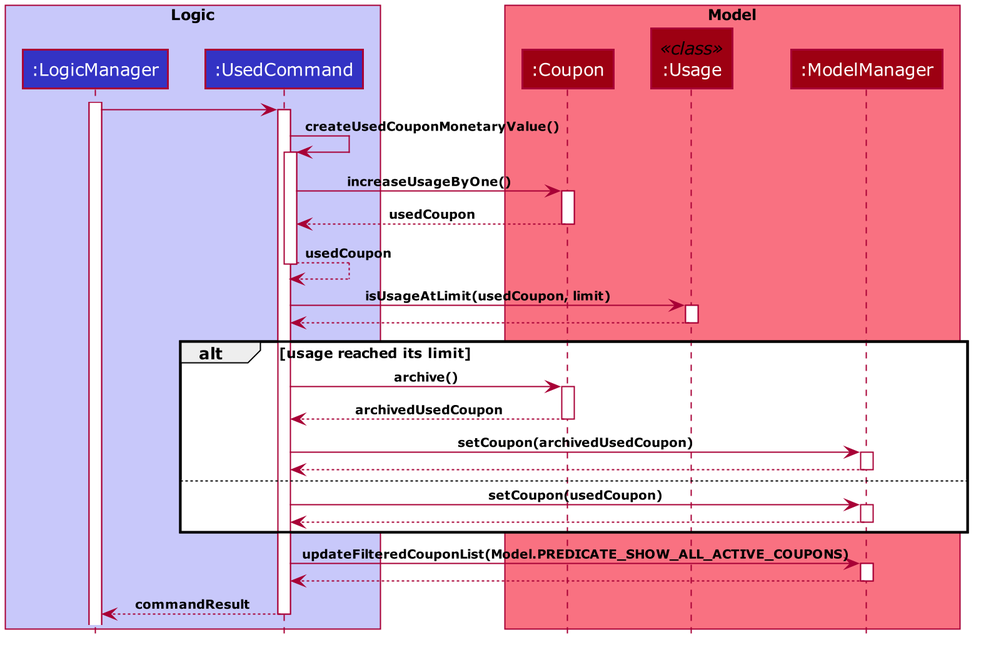
Before: images/ArchiveExhaustedSequenceDiagram.png, a diagram exported from PlantUML (AY1920S2-CS2103T-F09-1/main).
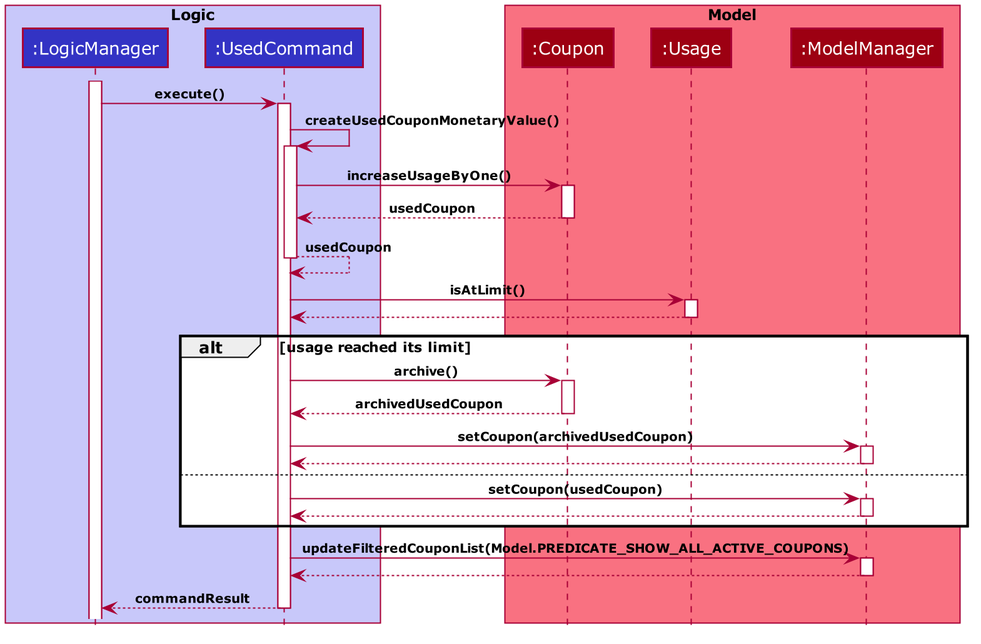
The same diagram one commit later.

Diff of the diagram source:
```diff
@@ -62,7 +62,6 @@
 hide members
 hide circle
 
-
 box "<color:black>Logic</color>" #C8C8FA
 participant ":LogicManager" as LogicManager #3333C4
 participant ":UsedCommand" as UsedCommand #3333C4
@@ -70,13 +69,13 @@
 
 box "<color:black>Model</color>" #F97181
 participant ":Coupon" as Coupon #9D0012
-participant ":Usage" as Usage<<class>> #9D0012
+participant ":Usage" as Usage #9D0012
 participant ":ModelManager" as ModelManager #9D0012
 end box
 
 activate LogicManager
 
-LogicManager -> UsedCommand
+LogicManager -> UsedCommand : execute()
 activate UsedCommand
 
 UsedCommand -> UsedCommand : createUsedCouponMonetaryValue()
@@ -90,7 +89,7 @@
 UsedCommand --> UsedCommand : usedCoupon
 deactivate UsedCommand
 
-UsedCommand -> Usage : isUsageAtLimit(usedCoupon, limit)
+UsedCommand -> Usage : isAtLimit()
 activate Usage
 Usage --> UsedCommand
 deactivate Usage
@@ -124,5 +123,4 @@
 UsedCommand --> LogicManager : commandResult
 deactivate UsedCommand
 
-
 @enduml
```
